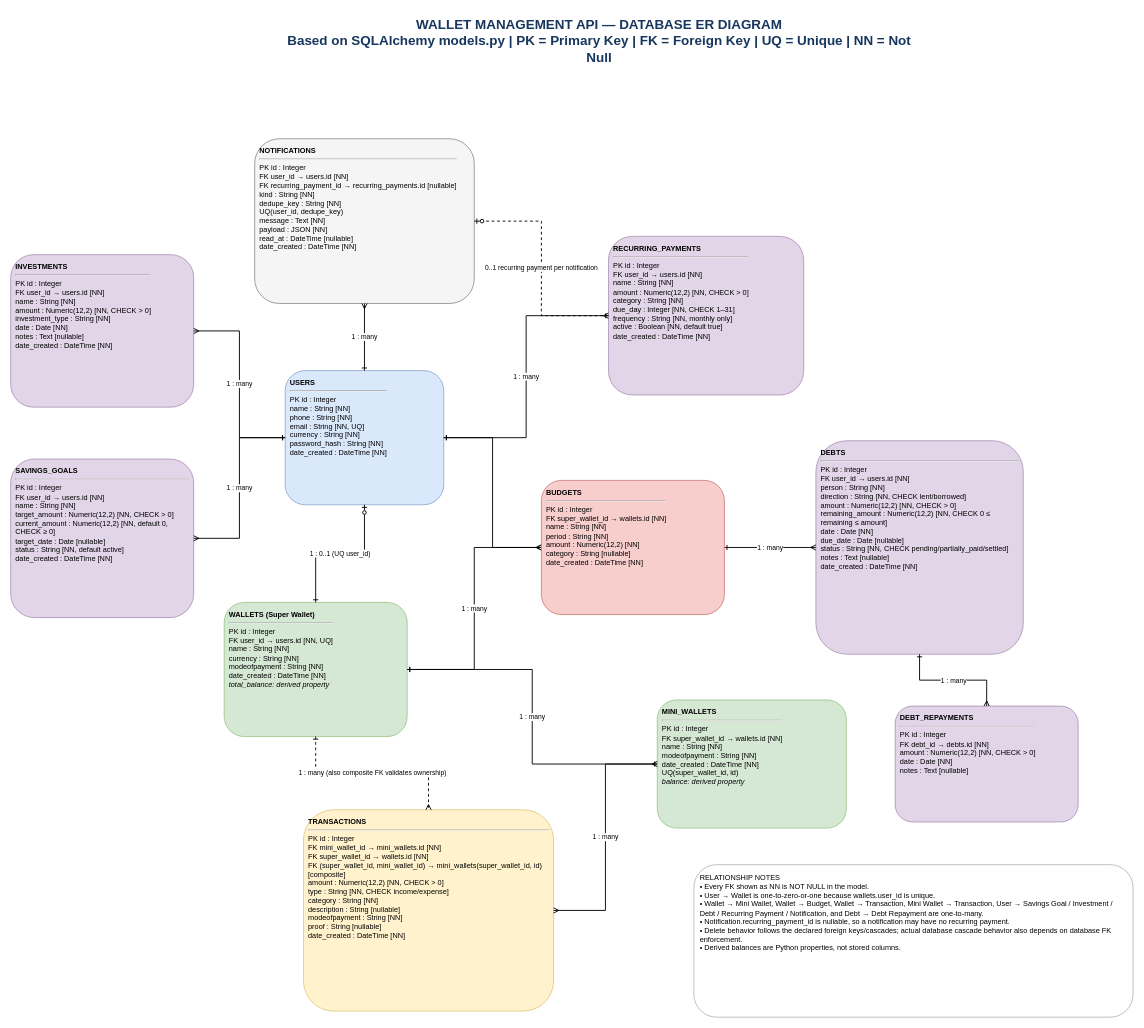
Kashyap-Ladva/Wallet-management-API keeps this draw.io diagram as wallet_management_erd.drawio. Above is the earlier version. Source tidied: cells renumbered, new cells numbered last; positions are measured from the earlier drawing's top-left corner, leaving out a move shared by most shapes. Both pictures are drawn from the tidied source at 61%, with x=0, y=0 at pixel (10, 10).
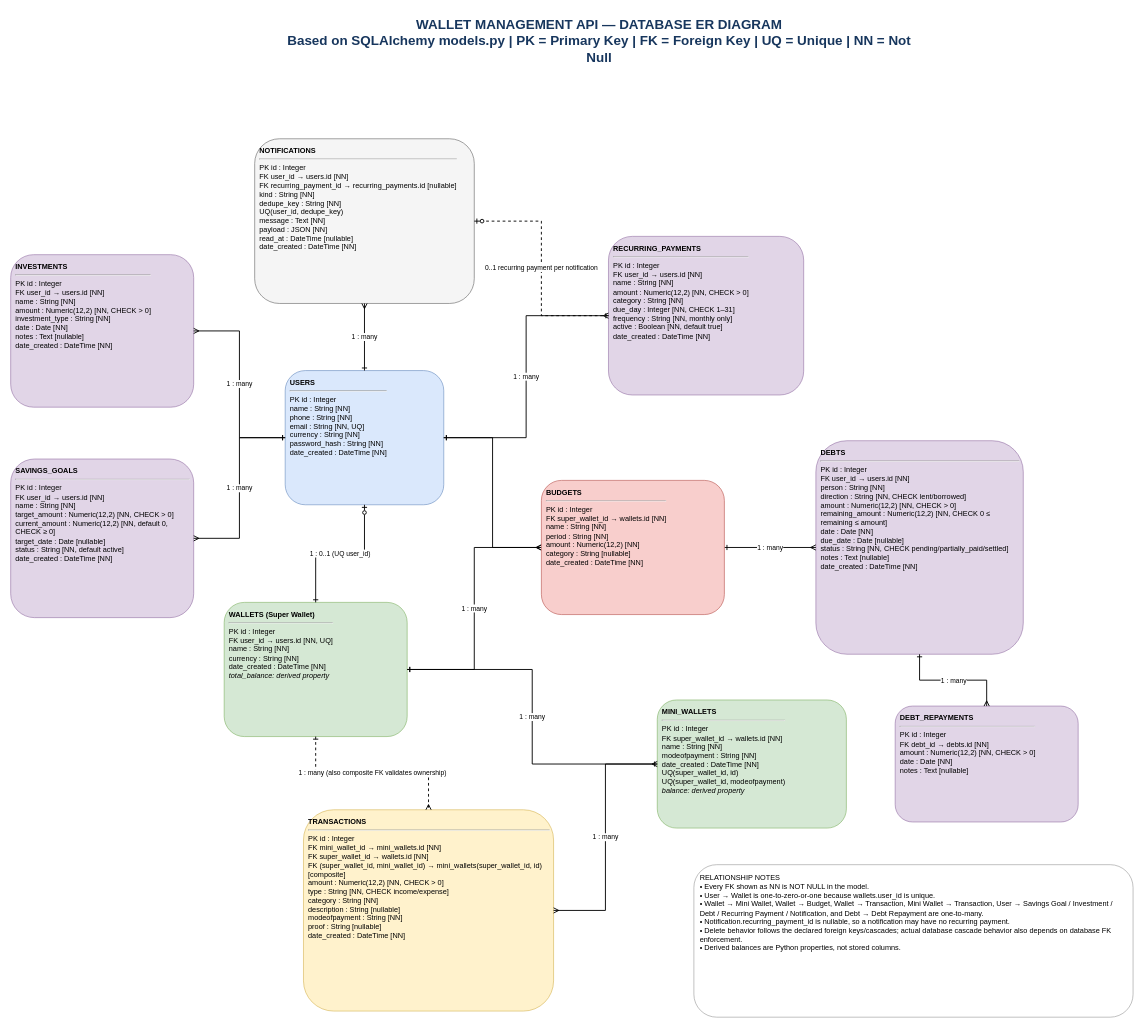
The same diagram, later.

Change to the diagram source:
```diff
@@
-    <mxCell id="4" value="&lt;b&gt;WALLETS (Super Wallet)&lt;/b&gt;&lt;hr&gt;PK id : Integer&lt;br&gt;FK user_id → users.id [NN, UQ]&lt;br&gt;name : String [NN]&lt;br&gt;currency : String [NN]&lt;br&gt;modeofpayment : String [NN]&lt;br&gt;date_created : DateTime [NN]&lt;br&gt;&lt;i&gt;total_balance: derived property&lt;/i&gt;" style="rounded=1;whiteSpace=wrap;html=1;fillColor=#d5e8d4;strokeColor=#82b366;fontSize=12;align=left;verticalAlign=top;spacing=8;" parent="1" vertex="1">
+    <mxCell id="4" value="&lt;b&gt;WALLETS (Super Wallet)&lt;/b&gt;&lt;hr&gt;PK id : Integer&lt;br&gt;FK user_id → users.id [NN, UQ]&lt;br&gt;name : String [NN]&lt;br&gt;currency : String [NN]&lt;br&gt;date_created : DateTime [NN]&lt;br&gt;&lt;i&gt;total_balance: derived property&lt;/i&gt;" style="rounded=1;whiteSpace=wrap;html=1;fillColor=#d5e8d4;strokeColor=#82b366;fontSize=12;align=left;verticalAlign=top;spacing=8;" parent="1" vertex="1">
       <mxGeometry x="350" y="970" width="300" height="220" as="geometry" />
     </mxCell>
-    <mxCell id="5" value="&lt;b&gt;MINI_WALLETS&lt;/b&gt;&lt;hr&gt;PK id : Integer&lt;br&gt;FK super_wallet_id → wallets.id [NN]&lt;br&gt;name : String [NN]&lt;br&gt;modeofpayment : String [NN]&lt;br&gt;date_created : DateTime [NN]&lt;br&gt;UQ(super_wallet_id, id)&lt;br&gt;&lt;i&gt;balance: derived property&lt;/i&gt;" style="rounded=1;whiteSpace=wrap;html=1;fillColor=#d5e8d4;strokeColor=#82b366;fontSize=12;align=left;verticalAlign=top;spacing=8;" parent="1" vertex="1">
+    <mxCell id="5" value="&lt;b&gt;MINI_WALLETS&lt;/b&gt;&lt;hr&gt;PK id : Integer&lt;br&gt;FK super_wallet_id → wallets.id [NN]&lt;br&gt;name : String [NN]&lt;br&gt;modeofpayment : String [NN]&lt;br&gt;date_created : DateTime [NN]&lt;br&gt;UQ(super_wallet_id, id)&lt;br&gt;UQ(super_wallet_id, modeofpayment)&lt;br&gt;&lt;i&gt;balance: derived property&lt;/i&gt;" style="rounded=1;whiteSpace=wrap;html=1;fillColor=#d5e8d4;strokeColor=#82b366;fontSize=12;align=left;verticalAlign=top;spacing=8;" parent="1" vertex="1">
       <mxGeometry x="1060" y="1130" width="310" height="210" as="geometry" />
     </mxCell>
```
